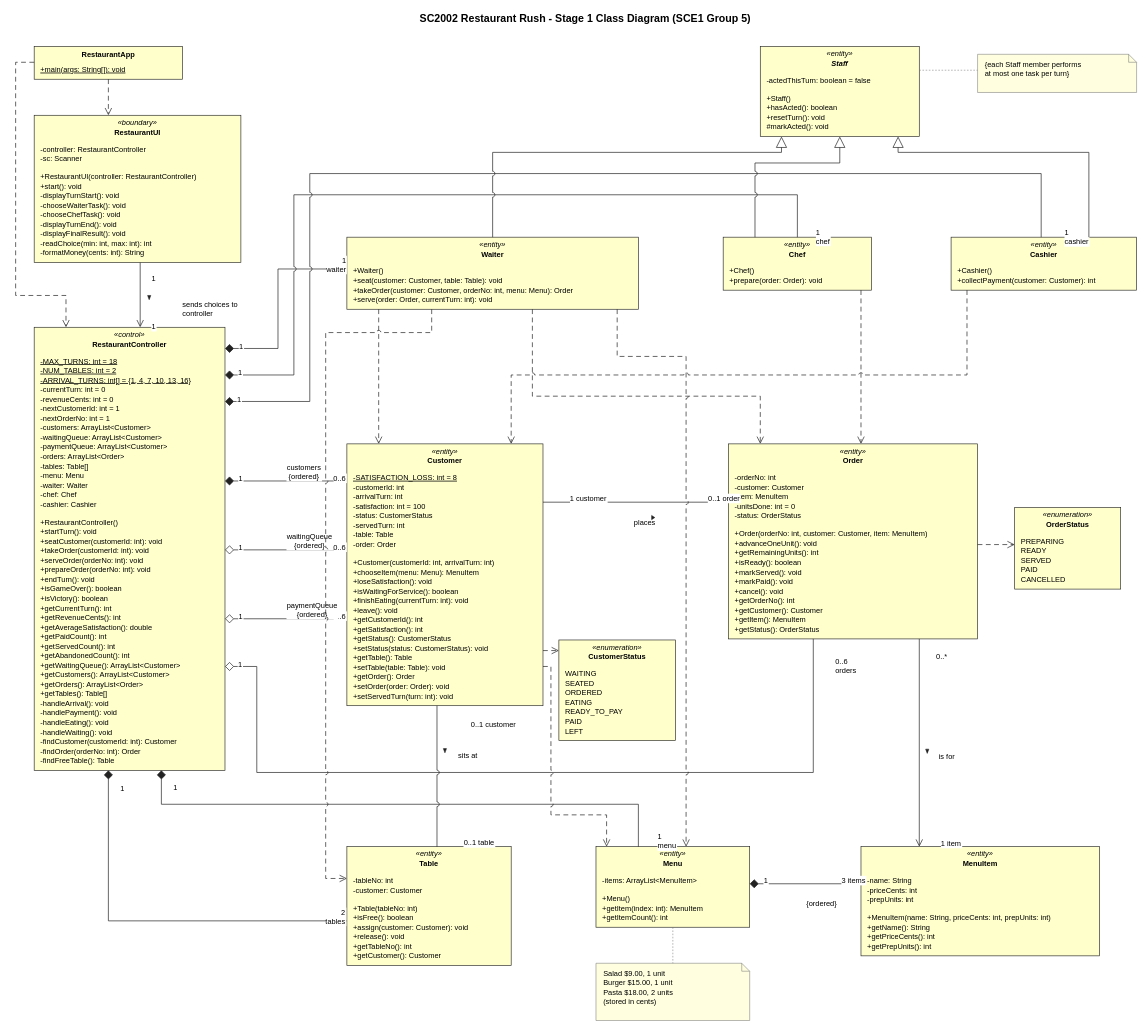
Before: docs/stage1_class_diagram.drawio in Divyansh050505/SC2002-Restaurant-Rush-SCE1-Group5, a draw.io diagram. Source tidied: cells renumbered, new cells numbered last; positions are measured from the earlier drawing's top-left corner, leaving out a move shared by most shapes. Both pictures are drawn from the tidied source at 53%, with x=0, y=0 at pixel (15, 9).
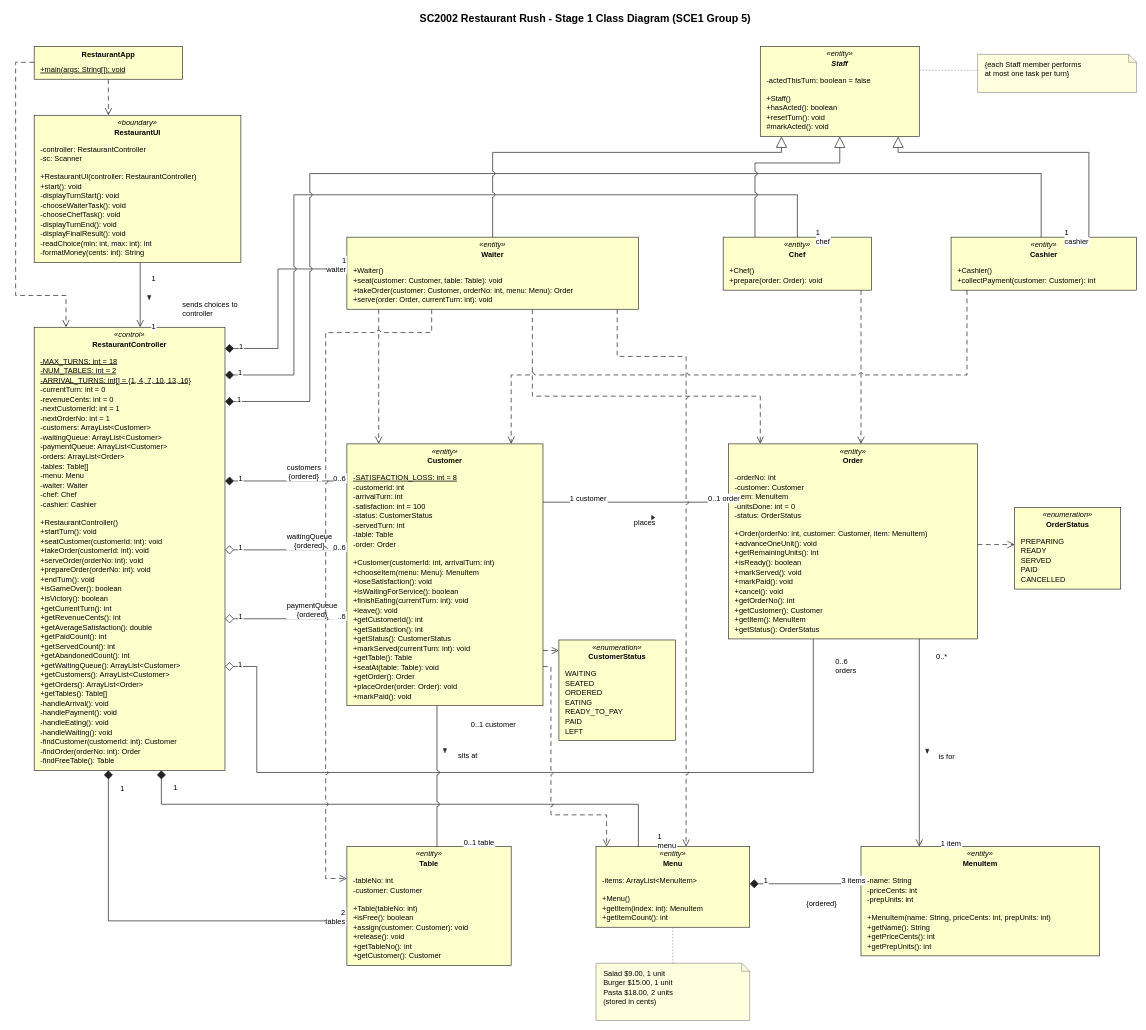
The same page after the edit.

Commit message:
Update Stage 1 class diagram

The change refers to these unchanged cells:
```xml
<mxCell id="100" style="rounded=0;whiteSpace=wrap;html=0;fillColor=#FFFFCC;strokeColor=#222222;strokeWidth=1.2;" parent="1" vertex="1">
  <mxGeometry x="625" y="820" width="370" height="494" as="geometry" />
</mxCell>
```

The edit, as a diff of the source:
```diff
@@
-    <mxCell id="122" value="+setStatus(status: CustomerStatus): void" style="text;html=0;strokeColor=none;fillColor=none;overflow=visible;whiteSpace=nowrap;fontFamily=Arial;fontSize=14;spacing=0;verticalAlign=middle;fontStyle=0;align=left;" parent="100" vertex="1">
+    <mxCell id="122" value="+markServed(currentTurn: int): void" style="text;html=0;strokeColor=none;fillColor=none;overflow=visible;whiteSpace=nowrap;fontFamily=Arial;fontSize=14;spacing=0;verticalAlign=middle;fontStyle=0;align=left;" parent="100" vertex="1">
       <mxGeometry x="12" y="376" width="346" height="18" as="geometry" />
     </mxCell>
@@
-    <mxCell id="124" value="+setTable(table: Table): void" style="text;html=0;strokeColor=none;fillColor=none;overflow=visible;whiteSpace=nowrap;fontFamily=Arial;fontSize=14;spacing=0;verticalAlign=middle;fontStyle=0;align=left;" parent="100" vertex="1">
+    <mxCell id="124" value="+seatAt(table: Table): void" style="text;html=0;strokeColor=none;fillColor=none;overflow=visible;whiteSpace=nowrap;fontFamily=Arial;fontSize=14;spacing=0;verticalAlign=middle;fontStyle=0;align=left;" parent="100" vertex="1">
       <mxGeometry x="12" y="412" width="346" height="18" as="geometry" />
     </mxCell>
@@
-    <mxCell id="126" value="+setOrder(order: Order): void" style="text;html=0;strokeColor=none;fillColor=none;overflow=visible;whiteSpace=nowrap;fontFamily=Arial;fontSize=14;spacing=0;verticalAlign=middle;fontStyle=0;align=left;" parent="100" vertex="1">
+    <mxCell id="126" value="+placeOrder(order: Order): void" style="text;html=0;strokeColor=none;fillColor=none;overflow=visible;whiteSpace=nowrap;fontFamily=Arial;fontSize=14;spacing=0;verticalAlign=middle;fontStyle=0;align=left;" parent="100" vertex="1">
       <mxGeometry x="12" y="448" width="346" height="18" as="geometry" />
     </mxCell>
-    <mxCell id="127" value="+setServedTurn(turn: int): void" style="text;html=0;strokeColor=none;fillColor=none;overflow=visible;whiteSpace=nowrap;fontFamily=Arial;fontSize=14;spacing=0;verticalAlign=middle;fontStyle=0;align=left;" parent="100" vertex="1">
+    <mxCell id="127" value="+markPaid(): void" style="text;html=0;strokeColor=none;fillColor=none;overflow=visible;whiteSpace=nowrap;fontFamily=Arial;fontSize=14;spacing=0;verticalAlign=middle;fontStyle=0;align=left;" parent="100" vertex="1">
       <mxGeometry x="12" y="466" width="346" height="18" as="geometry" />
     </mxCell>
```
